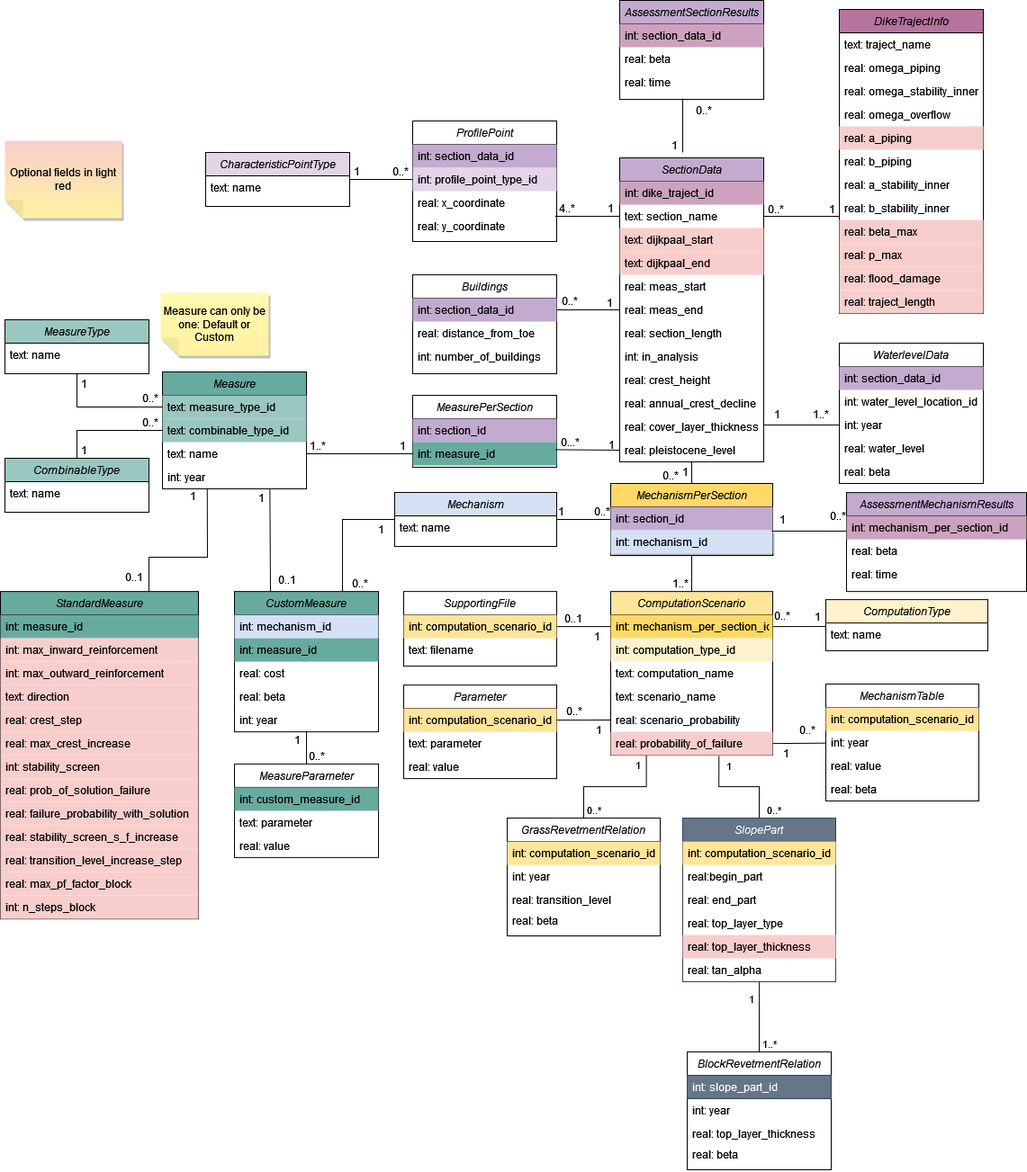
Above: docs/db_diagram/vrtool_sql_input.drawio.png in Deltares/Veiligheidsrendement (draw.io), before the change. Source tidied: cells renumbered, new cells last; positions are measured from the earlier drawing's top-left corner, leaving out a move shared by most shapes.
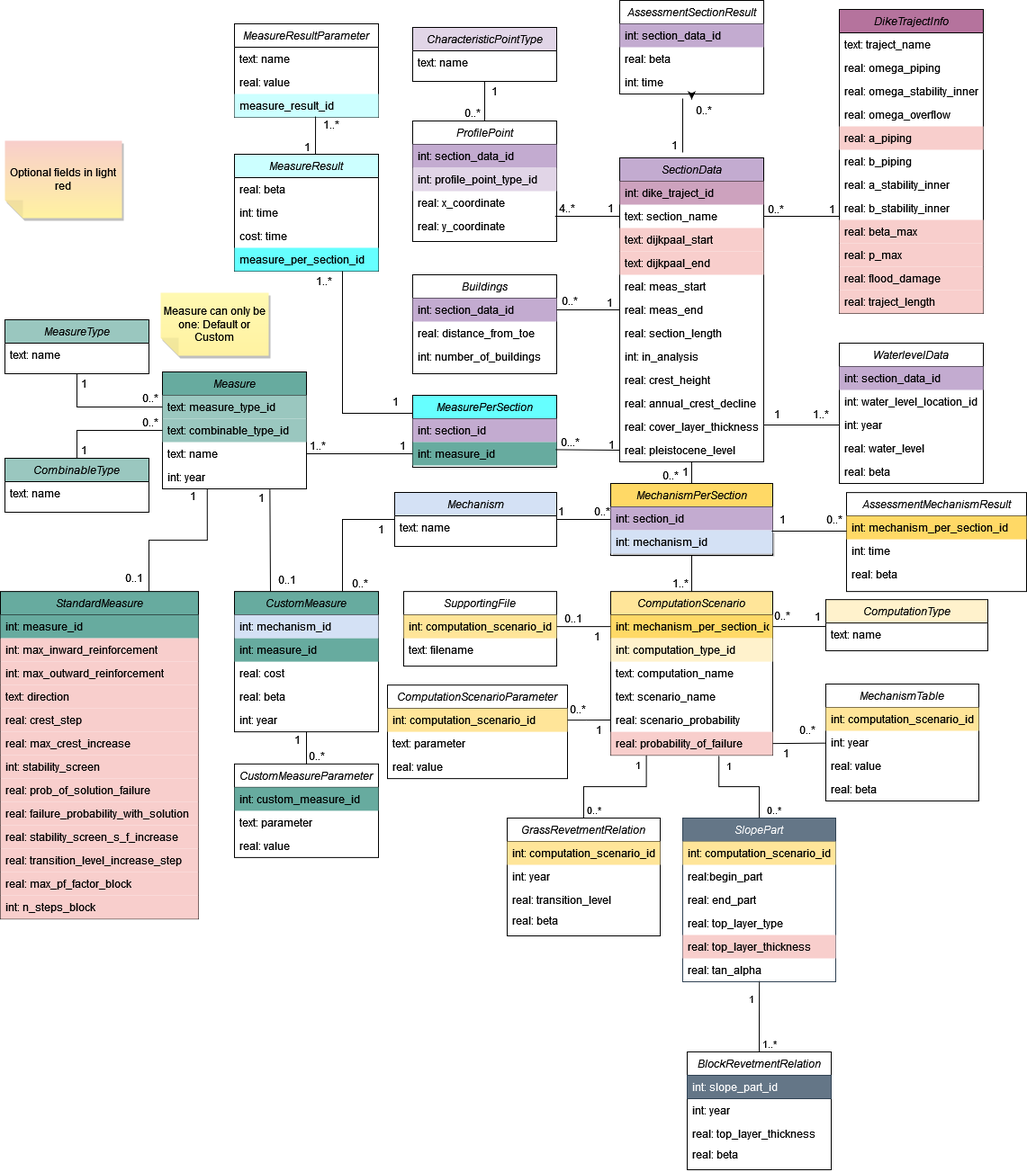
After the change.

Change to the diagram source:
```diff
@@ -1,4 +1,4 @@
-<mxGraphModel>
+<mxGraphModel background="#ffffff">
   <root>
     <mxCell id="0" />
     <mxCell id="1" parent="0" />
@@ -107,7 +107,7 @@
     <mxCell id="36" value="int: mechanism_id" style="text;align=left;verticalAlign=top;spacingLeft=4;spacingRight=4;overflow=hidden;rounded=0;shadow=1;html=0;fillColor=#D4E1F5;" parent="34" vertex="1">
       <mxGeometry y="52" width="180" height="26" as="geometry" />
     </mxCell>
-    <mxCell id="37" value="MeasurePerSection" style="swimlane;fontStyle=2;align=center;verticalAlign=top;horizontal=1;startSize=26;rounded=0;shadow=0;strokeWidth=1;" parent="1" vertex="1">
+    <mxCell id="37" value="MeasurePerSection" style="swimlane;fontStyle=2;align=center;verticalAlign=top;horizontal=1;startSize=26;rounded=0;shadow=0;strokeWidth=1;fillColor=#66FFFF;" parent="1" vertex="1">
       <mxGeometry x="458" y="439" width="160" height="80" as="geometry" />
     </mxCell>
     <mxCell id="38" value="int: section_id" style="text;align=left;verticalAlign=top;spacingLeft=4;spacingRight=4;overflow=hidden;fillColor=#C3ABD0;" parent="37" vertex="1">
@@ -134,17 +134,17 @@
     <mxCell id="45" value="real: beta" style="text;align=left;verticalAlign=top;spacingLeft=4;spacingRight=4;overflow=hidden;rounded=0;shadow=0;html=0;" parent="40" vertex="1">
       <mxGeometry y="130" width="160" height="26" as="geometry" />
     </mxCell>
-    <mxCell id="46" value="Parameter" style="swimlane;fontStyle=2;align=center;verticalAlign=top;horizontal=1;startSize=26;rounded=0;shadow=0;strokeWidth=1;fillColor=none;" parent="1" vertex="1">
-      <mxGeometry x="448" y="761.1" width="170" height="104" as="geometry" />
+    <mxCell id="46" value="ComputationScenarioParameter" style="swimlane;fontStyle=2;align=center;verticalAlign=top;horizontal=1;startSize=26;rounded=0;shadow=0;strokeWidth=1;fillColor=none;" parent="1" vertex="1">
+      <mxGeometry x="430" y="761.1" width="200" height="104" as="geometry" />
     </mxCell>
     <mxCell id="47" value="int: computation_scenario_id" style="text;align=left;verticalAlign=top;spacingLeft=4;spacingRight=4;overflow=hidden;points=[[0,0.5],[1,0.5]];portConstraint=eastwest;rounded=0;shadow=0;html=0;fillColor=#FFE599;" parent="46" vertex="1">
-      <mxGeometry y="26" width="170" height="26" as="geometry" />
+      <mxGeometry y="26" width="200" height="26" as="geometry" />
     </mxCell>
     <mxCell id="48" value="text: parameter" style="text;align=left;verticalAlign=top;spacingLeft=4;spacingRight=4;overflow=hidden;points=[[0,0.5],[1,0.5]];portConstraint=eastwest;rounded=0;shadow=0;html=0;" parent="46" vertex="1">
-      <mxGeometry y="52" width="170" height="26" as="geometry" />
+      <mxGeometry y="52" width="200" height="26" as="geometry" />
     </mxCell>
     <mxCell id="49" value="real: value" style="text;align=left;verticalAlign=top;spacingLeft=4;spacingRight=4;overflow=hidden;rounded=0;shadow=0;html=0;" parent="46" vertex="1">
-      <mxGeometry y="78" width="170" height="26" as="geometry" />
+      <mxGeometry y="78" width="200" height="26" as="geometry" />
     </mxCell>
     <mxCell id="50" style="edgeStyle=orthogonalEdgeStyle;rounded=0;jettySize=auto;html=1;exitX=1;exitY=0.5;exitDx=0;exitDy=0;entryX=1.001;entryY=-0.002;entryDx=0;entryDy=0;entryPerimeter=0;" parent="46" edge="1" source="46" target="48">
       <mxGeometry relative="1" as="geometry" />
@@ -209,7 +209,7 @@
         <mxPoint x="-2" as="offset" />
       </mxGeometry>
     </mxCell>
-    <mxCell id="67" style="endArrow=none;html=1;rounded=0;exitX=0;exitY=0.5;exitDx=0;exitDy=0;entryX=1;entryY=0.5;entryDx=0;entryDy=0;" parent="1" edge="1" source="39" target="22">
+    <mxCell id="67" style="endArrow=none;html=1;rounded=0;exitX=0;exitY=0.5;exitDx=0;exitDy=0;entryX=1;entryY=0.5;entryDx=0;entryDy=0;edgeStyle=orthogonalEdgeStyle;" parent="1" edge="1" source="39" target="22">
       <mxGeometry relative="1" as="geometry" />
     </mxCell>
     <mxCell id="68" value="1" style="html=1;whiteSpace=wrap;align=left;verticalAlign=bottom;" parent="67" vertex="1">
@@ -242,7 +242,7 @@
       <mxGeometry y="26" width="180" height="26" as="geometry" />
     </mxCell>
     <mxCell id="75" value="CharacteristicPointType" style="swimlane;fontStyle=2;align=center;verticalAlign=top;horizontal=1;startSize=26;rounded=0;shadow=0;strokeWidth=1;fillColor=#E1D5E7;" parent="1" vertex="1">
-      <mxGeometry x="228" y="169" width="160" height="60" as="geometry" />
+      <mxGeometry x="458" y="30" width="160" height="60" as="geometry" />
     </mxCell>
     <mxCell id="76" value="text: name" style="text;align=left;verticalAlign=top;spacingLeft=4;spacingRight=4;overflow=hidden;" parent="75" vertex="1">
       <mxGeometry y="26" width="160" height="26" as="geometry" />
@@ -273,7 +273,7 @@
         <mxPoint x="-5" as="offset" />
       </mxGeometry>
     </mxCell>
-    <mxCell id="83" style="endArrow=none;html=1;rounded=0;exitX=0;exitY=0.5;exitDx=0;exitDy=0;" parent="1" edge="1" source="26" target="75">
+    <mxCell id="83" style="endArrow=none;html=1;rounded=0;exitX=0.5;exitY=0;exitDx=0;exitDy=0;" parent="1" edge="1" source="24" target="75">
       <mxGeometry relative="1" as="geometry" />
     </mxCell>
     <mxCell id="84" value="0..*" style="html=1;whiteSpace=wrap;align=left;verticalAlign=bottom;" parent="83" vertex="1">
@@ -283,7 +283,7 @@
     </mxCell>
     <mxCell id="85" value="1" style="html=1;whiteSpace=wrap;align=right;verticalAlign=bottom;" parent="83" vertex="1">
       <mxGeometry x="1" relative="1" as="geometry">
-        <mxPoint x="13" as="offset" />
+        <mxPoint x="16" y="20" as="offset" />
       </mxGeometry>
     </mxCell>
     <mxCell id="86" value="ComputationType" style="swimlane;fontStyle=2;align=center;verticalAlign=top;horizontal=1;startSize=26;rounded=0;shadow=0;strokeWidth=1;fillColor=#FFF2CC;" parent="1" vertex="1">
@@ -384,7 +384,7 @@
     <mxCell id="115" value="text: name" style="text;align=left;verticalAlign=top;spacingLeft=4;spacingRight=4;overflow=hidden;" parent="114" vertex="1">
       <mxGeometry y="26" width="160" height="26" as="geometry" />
     </mxCell>
-    <mxCell id="116" value="MeasureParameter" style="swimlane;fontStyle=2;align=center;verticalAlign=top;horizontal=1;startSize=26;rounded=0;shadow=0;strokeWidth=1;fillColor=none;" parent="1" vertex="1">
+    <mxCell id="116" value="CustomMeasureParameter" style="swimlane;fontStyle=2;align=center;verticalAlign=top;horizontal=1;startSize=26;rounded=0;shadow=0;strokeWidth=1;fillColor=none;" parent="1" vertex="1">
       <mxGeometry x="260" y="848.9" width="160" height="104" as="geometry" />
     </mxCell>
     <mxCell id="117" value="int: custom_measure_id" style="text;align=left;verticalAlign=top;spacingLeft=4;spacingRight=4;overflow=hidden;rounded=0;shadow=0;html=0;fillColor=#67AB9F;" parent="116" vertex="1">
@@ -466,13 +466,8 @@
         <mxPoint x="13" as="offset" />
       </mxGeometry>
     </mxCell>
-    <mxCell id="134" style="endArrow=none;html=1;rounded=0;entryX=0.75;entryY=0;entryDx=0;entryDy=0;exitX=0.311;exitY=0.974;exitDx=0;exitDy=0;exitPerimeter=0;" parent="1" edge="1" source="23" target="94">
-      <mxGeometry relative="1" as="geometry">
-        <Array as="points">
-          <mxPoint x="230" y="619" />
-          <mxPoint x="165" y="619" />
-        </Array>
-      </mxGeometry>
+    <mxCell id="134" style="endArrow=none;html=1;rounded=0;entryX=0.75;entryY=0;entryDx=0;entryDy=0;exitX=0.311;exitY=0.974;exitDx=0;exitDy=0;exitPerimeter=0;edgeStyle=orthogonalEdgeStyle;" parent="1" edge="1" source="23" target="94">
+      <mxGeometry relative="1" as="geometry" />
     </mxCell>
     <mxCell id="135" value="1" style="html=1;whiteSpace=wrap;align=left;verticalAlign=bottom;" parent="134" vertex="1">
       <mxGeometry x="-1" relative="1" as="geometry">
@@ -690,18 +685,25 @@
       </mxGeometry>
     </mxCell>
     <mxCell id="194" value="0..*" style="html=1;whiteSpace=wrap;align=right;verticalAlign=bottom;" parent="1" vertex="1">
-      <mxGeometry x="648" y="799" as="geometry" />
+      <mxGeometry x="651" y="804" as="geometry">
+        <mxPoint x="1" y="-7" as="offset" />
+      </mxGeometry>
     </mxCell>
+    <mxCell id="209" style="edgeStyle=orthogonalEdgeStyle;rounded=0;jettySize=auto;html=1;exitX=0.5;exitY=1;exitDx=0;exitDy=0;" parent="1" edge="1" source="195">
+      <mxGeometry relative="1" as="geometry">
+        <mxPoint x="768" y="110" as="targetPoint" />
+      </mxGeometry>
+    </mxCell>
-    <mxCell id="195" value="AssessmentSectionResults" style="swimlane;fontStyle=2;align=center;verticalAlign=top;horizontal=1;startSize=26;rounded=0;shadow=0;strokeWidth=1;fillColor=#C3ABD0;" parent="1" vertex="1">
-      <mxGeometry x="688" width="160" height="110" as="geometry" />
+    <mxCell id="195" value="AssessmentSectionResult" style="swimlane;fontStyle=2;align=center;verticalAlign=top;horizontal=1;startSize=26;rounded=0;shadow=0;strokeWidth=1;" parent="1" vertex="1">
+      <mxGeometry x="688" width="160" height="104" as="geometry" />
     </mxCell>
-    <mxCell id="196" value="int: section_data_id" style="text;align=left;verticalAlign=top;spacingLeft=4;spacingRight=4;overflow=hidden;fillColor=#CDA2BE;" parent="195" vertex="1">
+    <mxCell id="196" value="int: section_data_id" style="text;align=left;verticalAlign=top;spacingLeft=4;spacingRight=4;overflow=hidden;fillColor=#C3ABD0;" parent="195" vertex="1">
       <mxGeometry y="26" width="160" height="26" as="geometry" />
     </mxCell>
     <mxCell id="197" value="real: beta" style="text;align=left;verticalAlign=top;spacingLeft=4;spacingRight=4;overflow=hidden;rounded=0;shadow=0;html=0;" parent="195" vertex="1">
       <mxGeometry y="52" width="160" height="26" as="geometry" />
     </mxCell>
-    <mxCell id="198" value="real: time" style="text;align=left;verticalAlign=top;spacingLeft=4;spacingRight=4;overflow=hidden;rounded=0;shadow=0;html=0;" parent="195" vertex="1">
+    <mxCell id="198" value="int: time" style="text;align=left;verticalAlign=top;spacingLeft=4;spacingRight=4;overflow=hidden;rounded=0;shadow=0;html=0;" parent="195" vertex="1">
       <mxGeometry y="78" width="160" height="26" as="geometry" />
     </mxCell>
     <mxCell id="199" style="endArrow=none;html=1;rounded=0;exitX=1;exitY=0.5;exitDx=0;exitDy=0;" parent="1" edge="1">
@@ -715,18 +717,18 @@
         <mxPoint x="-4" y="1" as="offset" />
       </mxGeometry>
     </mxCell>
-    <mxCell id="201" value="AssessmentMechanismResults" style="swimlane;fontStyle=2;align=center;verticalAlign=top;horizontal=1;startSize=26;rounded=0;shadow=0;strokeWidth=1;fillColor=#C3ABD0;" parent="1" vertex="1">
+    <mxCell id="201" value="AssessmentMechanismResult" style="swimlane;fontStyle=2;align=center;verticalAlign=top;horizontal=1;startSize=26;rounded=0;shadow=0;strokeWidth=1;" parent="1" vertex="1">
       <mxGeometry x="940" y="547.1" width="200" height="110" as="geometry" />
     </mxCell>
-    <mxCell id="202" value="int: mechanism_per_section_id" style="text;align=left;verticalAlign=top;spacingLeft=4;spacingRight=4;overflow=hidden;fillColor=#CDA2BE;" parent="201" vertex="1">
+    <mxCell id="202" value="int: mechanism_per_section_id" style="text;align=left;verticalAlign=top;spacingLeft=4;spacingRight=4;overflow=hidden;rounded=0;shadow=0;html=0;fillColor=#FFD966;" parent="201" vertex="1">
       <mxGeometry y="26" width="200" height="26" as="geometry" />
     </mxCell>
+    <mxCell id="204" value="int: time" style="text;align=left;verticalAlign=top;spacingLeft=4;spacingRight=4;overflow=hidden;rounded=0;shadow=0;html=0;" parent="201" vertex="1">
+      <mxGeometry y="52" width="200" height="26" as="geometry" />
+    </mxCell>
     <mxCell id="203" value="real: beta" style="text;align=left;verticalAlign=top;spacingLeft=4;spacingRight=4;overflow=hidden;rounded=0;shadow=0;html=0;" parent="201" vertex="1">
-      <mxGeometry y="52" width="200" height="26" as="geometry" />
+      <mxGeometry y="78" width="200" height="26" as="geometry" />
     </mxCell>
-    <mxCell id="204" value="real: time" style="text;align=left;verticalAlign=top;spacingLeft=4;spacingRight=4;overflow=hidden;rounded=0;shadow=0;html=0;" parent="201" vertex="1">
-      <mxGeometry y="78" width="200" height="26" as="geometry" />
-    </mxCell>
     <mxCell id="205" style="jettySize=auto;html=1;rounded=0;strokeColor=default;endArrow=none;endFill=0;exitX=0.994;exitY=1.038;exitDx=0;exitDy=0;exitPerimeter=0;" parent="1" edge="1" source="35">
       <mxGeometry relative="1" as="geometry">
         <mxPoint x="940" y="590" as="targetPoint" />
@@ -741,9 +743,64 @@
       <mxGeometry x="771" y="131" as="geometry" />
     </mxCell>
     <mxCell id="208" value="0..*" style="html=1;whiteSpace=wrap;align=left;verticalAlign=bottom;" parent="1" vertex="1">
-      <mxGeometry x="774" y="135" as="geometry">
+      <mxGeometry x="770" y="139" as="geometry">
         <mxPoint x="146" y="447" as="offset" />
       </mxGeometry>
     </mxCell>
+    <mxCell id="210" value="MeasureResult" style="swimlane;fontStyle=2;align=center;verticalAlign=top;horizontal=1;startSize=26;rounded=0;shadow=0;strokeWidth=1;fillColor=#CCFFFF;" parent="1" vertex="1">
+      <mxGeometry x="260" y="171" width="160" height="130" as="geometry" />
+    </mxCell>
+    <mxCell id="211" value="real: beta" style="text;align=left;verticalAlign=top;spacingLeft=4;spacingRight=4;overflow=hidden;" parent="210" vertex="1">
+      <mxGeometry y="26" width="160" height="26" as="geometry" />
+    </mxCell>
+    <mxCell id="212" value="int: time" style="text;align=left;verticalAlign=top;spacingLeft=4;spacingRight=4;overflow=hidden;rounded=0;shadow=0;html=0;" parent="210" vertex="1">
+      <mxGeometry y="52" width="160" height="26" as="geometry" />
+    </mxCell>
+    <mxCell id="213" value="cost: time" style="text;align=left;verticalAlign=top;spacingLeft=4;spacingRight=4;overflow=hidden;rounded=0;shadow=0;html=0;" parent="210" vertex="1">
+      <mxGeometry y="78" width="160" height="26" as="geometry" />
+    </mxCell>
+    <mxCell id="214" value="measure_per_section_id" style="text;align=left;verticalAlign=top;spacingLeft=4;spacingRight=4;overflow=hidden;rounded=0;shadow=0;html=0;fillColor=#66FFFF;" parent="210" vertex="1">
+      <mxGeometry y="104" width="160" height="26" as="geometry" />
+    </mxCell>
+    <mxCell id="215" style="endArrow=none;html=1;rounded=0;edgeStyle=orthogonalEdgeStyle;entryX=0.75;entryY=1;entryDx=0;entryDy=0;exitX=0;exitY=0.25;exitDx=0;exitDy=0;" parent="1" edge="1" source="37" target="210">
+      <mxGeometry relative="1" as="geometry" />
+    </mxCell>
+    <mxCell id="216" value="1" style="html=1;whiteSpace=wrap;align=left;verticalAlign=bottom;" parent="1" vertex="1">
+      <mxGeometry x="520" y="513" as="geometry">
+        <mxPoint x="-86" y="-58" as="offset" />
+      </mxGeometry>
+    </mxCell>
+    <mxCell id="217" value="1..*" style="html=1;whiteSpace=wrap;align=right;verticalAlign=bottom;fillColor=none;" parent="1" vertex="1">
+      <mxGeometry x="932" y="479" as="geometry">
+        <mxPoint x="-562" y="-158" as="offset" />
+      </mxGeometry>
+    </mxCell>
+    <mxCell id="218" value="MeasureResultParameter" style="swimlane;fontStyle=2;align=center;verticalAlign=top;horizontal=1;startSize=26;rounded=0;shadow=0;strokeWidth=1;" parent="1" vertex="1">
+      <mxGeometry x="260" y="26" width="160" height="104" as="geometry" />
+    </mxCell>
+    <mxCell id="219" value="text: name" style="text;align=left;verticalAlign=top;spacingLeft=4;spacingRight=4;overflow=hidden;" parent="218" vertex="1">
+      <mxGeometry y="26" width="160" height="26" as="geometry" />
+    </mxCell>
+    <mxCell id="220" value="real: value" style="text;align=left;verticalAlign=top;spacingLeft=4;spacingRight=4;overflow=hidden;rounded=0;shadow=0;html=0;" parent="218" vertex="1">
+      <mxGeometry y="52" width="160" height="26" as="geometry" />
+    </mxCell>
+    <mxCell id="221" value="measure_result_id" style="text;align=left;verticalAlign=top;spacingLeft=4;spacingRight=4;overflow=hidden;points=[[0,0.5],[1,0.5]];portConstraint=eastwest;rounded=0;shadow=0;html=0;fillColor=#CCFFFF;" parent="218" vertex="1">
+      <mxGeometry y="78" width="160" height="26" as="geometry" />
+    </mxCell>
+    <mxCell id="222" style="endArrow=none;html=1;rounded=0;exitX=0.563;exitY=0.962;exitDx=0;exitDy=0;exitPerimeter=0;" parent="1" edge="1" source="221">
+      <mxGeometry relative="1" as="geometry">
+        <mxPoint x="350" y="171" as="targetPoint" />
+      </mxGeometry>
+    </mxCell>
+    <mxCell id="223" value="1" style="html=1;whiteSpace=wrap;align=right;verticalAlign=bottom;" parent="222" vertex="1">
+      <mxGeometry x="1" relative="1" as="geometry">
+        <mxPoint x="-4" y="1" as="offset" />
+      </mxGeometry>
+    </mxCell>
+    <mxCell id="224" value="1..*" style="html=1;whiteSpace=wrap;align=right;verticalAlign=bottom;fillColor=none;" parent="1" vertex="1">
+      <mxGeometry x="940" y="305" as="geometry">
+        <mxPoint x="-562" y="-158" as="offset" />
+      </mxGeometry>
+    </mxCell>
   </root>
 </mxGraphModel>
```
